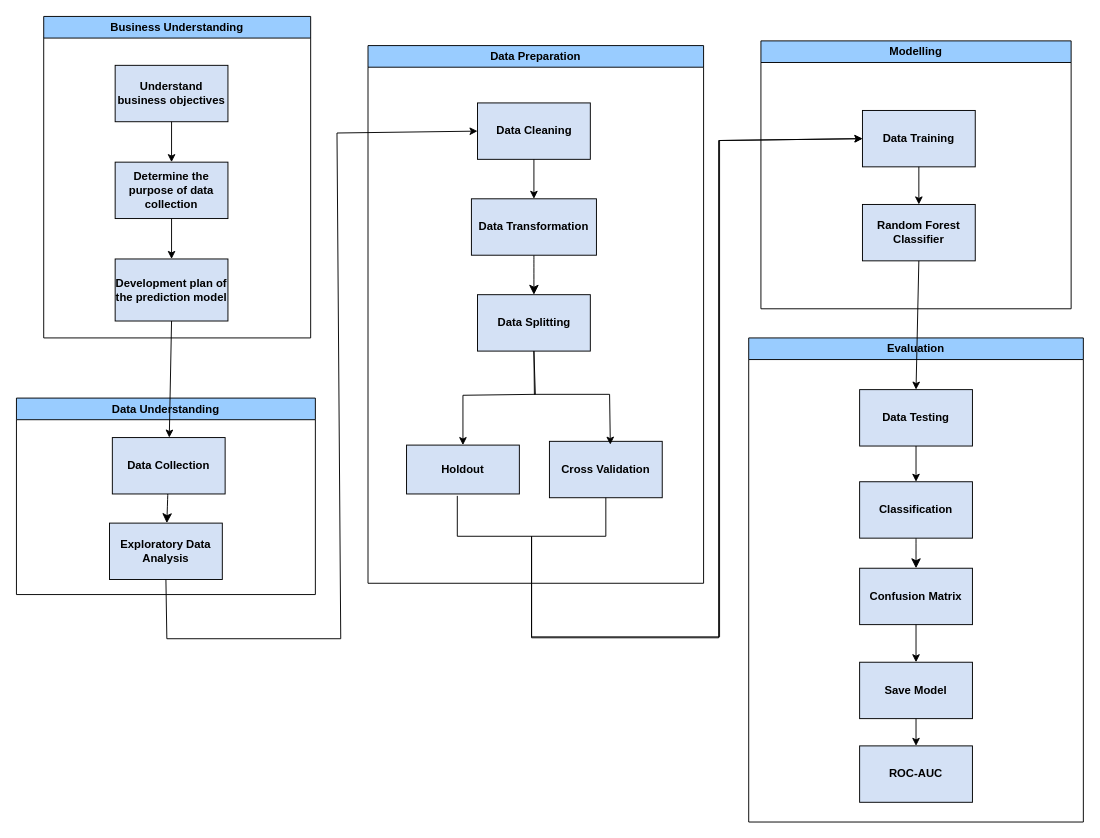
Before: Untitled Diagram.drawio in sleepygirlleen/Final-Project, a draw.io diagram. Source tidied: cells renumbered, new cells numbered last; positions are measured from the earlier drawing's top-left corner, leaving out a move shared by most shapes. Both pictures are drawn from the tidied source at 94%, with x=0, y=0 at pixel (16, 16).
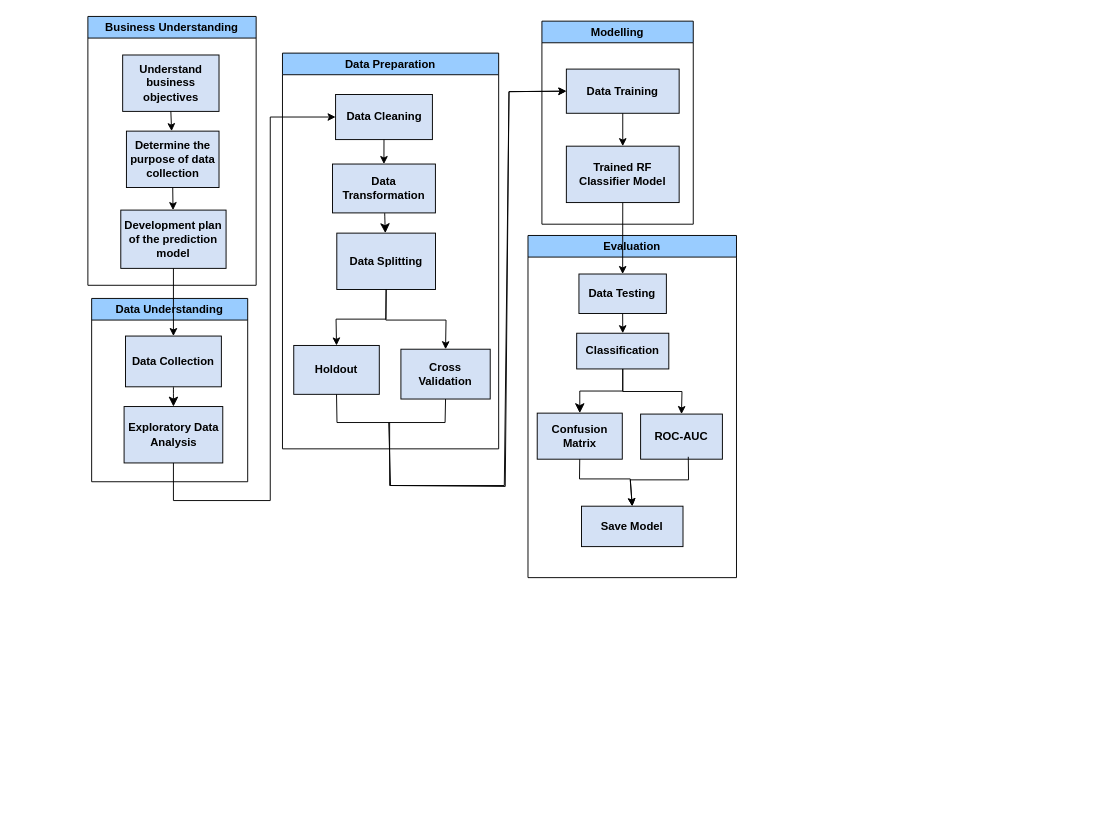
Above is the later version.

What changed in the source:
```diff
@@
     <mxCell id="2" value="Data Understanding" style="swimlane;whiteSpace=wrap;html=1;fillColor=#99CCFF;" parent="1" vertex="1">
-      <mxGeometry y="406" width="318" height="209" as="geometry" />
+      <mxGeometry x="80" y="300" width="166" height="195" as="geometry" />
     </mxCell>
     <mxCell id="3" value="&lt;b&gt;Data Collection&lt;/b&gt;" style="rounded=0;whiteSpace=wrap;html=1;fillColor=#D4E1F5;" parent="2" vertex="1">
-      <mxGeometry x="102" y="42" width="120" height="60" as="geometry" />
+      <mxGeometry x="36" y="40" width="102" height="54" as="geometry" />
     </mxCell>
     <mxCell id="4" value="&lt;b&gt;Exploratory Data Analysis&lt;/b&gt;" style="rounded=0;whiteSpace=wrap;html=1;fillColor=#D4E1F5;" parent="2" vertex="1">
-      <mxGeometry x="99" y="133" width="120" height="60" as="geometry" />
+      <mxGeometry x="34.5" y="115" width="105" height="60" as="geometry" />
     </mxCell>
@@
     <mxCell id="6" value="Data Preparation" style="swimlane;whiteSpace=wrap;html=1;fillColor=#99CCFF;" parent="1" vertex="1">
-      <mxGeometry x="374" y="31" width="357" height="572" as="geometry" />
+      <mxGeometry x="283" y="39" width="230" height="421" as="geometry" />
     </mxCell>
     <mxCell id="7" value="&lt;b&gt;Holdout&lt;/b&gt;" style="rounded=0;whiteSpace=wrap;html=1;fillColor=#D4E1F5;" parent="6" vertex="1">
-      <mxGeometry x="41" y="425" width="120" height="52" as="geometry" />
+      <mxGeometry x="12" y="311" width="91" height="52" as="geometry" />
     </mxCell>
     <mxCell id="8" value="&lt;b&gt;Data Cleaning&lt;/b&gt;" style="rounded=0;whiteSpace=wrap;html=1;fillColor=#D4E1F5;" parent="6" vertex="1">
-      <mxGeometry x="116.5" y="61" width="120" height="60" as="geometry" />
+      <mxGeometry x="56.5" y="44" width="103" height="48" as="geometry" />
     </mxCell>
@@
     <mxCell id="10" value="&lt;b&gt;Data Transformation&lt;/b&gt;" style="rounded=0;whiteSpace=wrap;html=1;fillColor=#D4E1F5;" parent="6" vertex="1">
-      <mxGeometry x="110" y="163" width="133" height="60" as="geometry" />
+      <mxGeometry x="53.2" y="118" width="109.5" height="52" as="geometry" />
     </mxCell>
     <mxCell id="11" value="&lt;b&gt;Data Splitting&lt;/b&gt;" style="rounded=0;whiteSpace=wrap;html=1;fillColor=#D4E1F5;" parent="6" vertex="1">
-      <mxGeometry x="116.5" y="265" width="120" height="60" as="geometry" />
+      <mxGeometry x="57.8" y="191.5" width="105" height="60" as="geometry" />
     </mxCell>
     <mxCell id="12" value="&lt;b&gt;Cross Validation&lt;/b&gt;" style="rounded=0;whiteSpace=wrap;html=1;fillColor=#D4E1F5;" parent="6" vertex="1">
-      <mxGeometry x="193" y="421" width="120" height="60" as="geometry" />
+      <mxGeometry x="126" y="315" width="95" height="53" as="geometry" />
     </mxCell>
@@
     <mxCell id="14" style="endArrow=classic;html=1;rounded=0;exitX=0.5;exitY=1;exitDx=0;exitDy=0;entryX=0.5;entryY=0;entryDx=0;entryDy=0;" parent="6" edge="1" source="11" target="7">
       <mxGeometry relative="1" as="geometry">
         <Array as="points">
-          <mxPoint x="178" y="371" />
-          <mxPoint x="101" y="372" />
+          <mxPoint x="110" y="283" />
+          <mxPoint x="57" y="283" />
         </Array>
       </mxGeometry>
     </mxCell>
-    <mxCell id="15" style="endArrow=classic;html=1;rounded=0;exitX=0.5;exitY=1;exitDx=0;exitDy=0;entryX=0.54;entryY=0.059;entryDx=0;entryDy=0;entryPerimeter=0;" parent="6" edge="1" source="11" target="12">
+    <mxCell id="15" style="endArrow=classic;html=1;rounded=0;exitX=0.5;exitY=1;exitDx=0;exitDy=0;entryX=0.5;entryY=0;entryDx=0;entryDy=0;" parent="6" edge="1" source="11" target="12">
       <mxGeometry relative="1" as="geometry">
         <Array as="points">
-          <mxPoint x="177" y="371" />
-          <mxPoint x="257" y="371" />
+          <mxPoint x="110" y="284" />
+          <mxPoint x="174" y="284" />
         </Array>
       </mxGeometry>
     </mxCell>
     <mxCell id="16" value="Evaluation" style="swimlane;whiteSpace=wrap;html=1;fillColor=#99CCFF;" parent="1" vertex="1">
-      <mxGeometry x="779" y="342" width="356" height="515" as="geometry" />
+      <mxGeometry x="544.2" y="233" width="221.8" height="364" as="geometry" />
     </mxCell>
-    <mxCell id="17" style="edgeStyle=none;curved=1;rounded=0;jettySize=auto;html=1;fontSize=12;startSize=8;endSize=8;fillColor=#D4E1F5;" parent="16" edge="1" source="18" target="19">
+    <mxCell id="17" style="edgeStyle=orthogonalEdgeStyle;rounded=0;jettySize=auto;html=1;fontSize=12;startSize=8;endSize=8;fillColor=#D4E1F5;" parent="16" edge="1" source="18" target="19">
       <mxGeometry relative="1" as="geometry" />
     </mxCell>
     <mxCell id="18" value="&lt;b&gt;Classification&lt;/b&gt;" style="rounded=0;whiteSpace=wrap;html=1;fillColor=#D4E1F5;" parent="16" vertex="1">
-      <mxGeometry x="118" y="153" width="120" height="60" as="geometry" />
+      <mxGeometry x="51.8" y="104" width="98" height="38" as="geometry" />
     </mxCell>
     <mxCell id="19" value="&lt;b&gt;Confusion Matrix&lt;/b&gt;" style="rounded=0;whiteSpace=wrap;html=1;fillColor=#D4E1F5;" parent="16" vertex="1">
-      <mxGeometry x="118" y="245" width="120" height="60" as="geometry" />
+      <mxGeometry x="9.8" y="189" width="90.5" height="49" as="geometry" />
     </mxCell>
-    <mxCell id="20" value="&lt;b&gt;Save Model&lt;/b&gt;" style="rounded=0;whiteSpace=wrap;html=1;fillColor=#D4E1F5;" parent="16" vertex="1">
-      <mxGeometry x="118" y="345" width="120" height="60" as="geometry" />
-    </mxCell>
     <mxCell id="21" value="&lt;b&gt;ROC-AUC&lt;/b&gt;" style="rounded=0;whiteSpace=wrap;html=1;fillColor=#D4E1F5;" parent="16" vertex="1">
-      <mxGeometry x="118" y="434" width="120" height="60" as="geometry" />
+      <mxGeometry x="119.8" y="190" width="87" height="48" as="geometry" />
     </mxCell>
-    <mxCell id="22" style="endArrow=classic;html=1;rounded=0;exitX=0.5;exitY=1;exitDx=0;exitDy=0;" parent="16" edge="1" source="19" target="20">
-      <mxGeometry relative="1" as="geometry" />
-    </mxCell>
-    <mxCell id="23" style="endArrow=classic;html=1;rounded=0;exitX=0.5;exitY=1;exitDx=0;exitDy=0;entryX=0.5;entryY=0;entryDx=0;entryDy=0;" parent="16" edge="1" source="20" target="21">
-      <mxGeometry relative="1" as="geometry" />
+    <mxCell id="23" style="endArrow=classic;html=1;rounded=0;exitX=0.5;exitY=1;exitDx=0;exitDy=0;entryX=0.5;entryY=0;entryDx=0;entryDy=0;" parent="16" edge="1" source="18" target="21">
+      <mxGeometry relative="1" as="geometry">
+        <Array as="points">
+          <mxPoint x="100.8" y="166" />
+          <mxPoint x="163.8" y="166" />
+        </Array>
+      </mxGeometry>
     </mxCell>
     <mxCell id="24" value="&lt;b&gt;Data Testing&lt;/b&gt;" style="rounded=0;whiteSpace=wrap;html=1;fillColor=#D4E1F5;" parent="16" vertex="1">
-      <mxGeometry x="118" y="55" width="120" height="60" as="geometry" />
+      <mxGeometry x="54.2" y="41" width="93" height="42" as="geometry" />
     </mxCell>
@@
+    <mxCell id="20" value="&lt;b&gt;Save Model&lt;/b&gt;" style="rounded=0;whiteSpace=wrap;html=1;fillColor=#D4E1F5;" parent="16" vertex="1">
+      <mxGeometry x="56.9" y="288" width="108" height="43" as="geometry" />
+    </mxCell>
+    <mxCell id="22" style="endArrow=classic;html=1;rounded=0;exitX=0.5;exitY=1;exitDx=0;exitDy=0;entryX=0.5;entryY=0;entryDx=0;entryDy=0;" parent="16" edge="1" source="19" target="20">
+      <mxGeometry relative="1" as="geometry">
+        <Array as="points">
+          <mxPoint x="54.8" y="259" />
+          <mxPoint x="108.8" y="259" />
+        </Array>
+      </mxGeometry>
+    </mxCell>
+    <mxCell id="41" style="endArrow=classic;html=1;rounded=0;entryX=0.5;entryY=0;entryDx=0;entryDy=0;exitX=0.583;exitY=0.947;exitDx=0;exitDy=0;exitPerimeter=0;" parent="16" edge="1" source="21" target="20">
+      <mxGeometry relative="1" as="geometry">
+        <Array as="points">
+          <mxPoint x="170.8" y="260" />
+          <mxPoint x="108.8" y="260" />
+        </Array>
+      </mxGeometry>
+    </mxCell>
     <mxCell id="26" value="Business Understanding" style="swimlane;whiteSpace=wrap;html=1;fillColor=#99CCFF;" parent="1" vertex="1">
-      <mxGeometry x="29" width="284" height="342" as="geometry" />
+      <mxGeometry x="76" width="179" height="286" as="geometry" />
     </mxCell>
     <mxCell id="27" value="&lt;b&gt;Understand business objectives&lt;/b&gt;" style="rounded=0;whiteSpace=wrap;html=1;fillColor=#D4E1F5;" parent="26" vertex="1">
-      <mxGeometry x="76" y="52" width="120" height="60" as="geometry" />
+      <mxGeometry x="37" y="41" width="102.5" height="60" as="geometry" />
     </mxCell>
     <mxCell id="28" value="&lt;b&gt;Determine the purpose of data collection&lt;/b&gt;" style="rounded=0;whiteSpace=wrap;html=1;fillColor=#D4E1F5;" parent="26" vertex="1">
-      <mxGeometry x="76" y="155" width="120" height="60" as="geometry" />
+      <mxGeometry x="41" y="122" width="98.5" height="60" as="geometry" />
     </mxCell>
     <mxCell id="29" value="&lt;b&gt;&lt;br&gt;&lt;/b&gt;&lt;p&gt;&lt;b&gt;Development plan of the prediction model&lt;/b&gt;&lt;/p&gt;&lt;b&gt;&lt;br&gt;&lt;/b&gt;" style="rounded=0;whiteSpace=wrap;html=1;fillColor=#D4E1F5;" parent="26" vertex="1">
-      <mxGeometry x="76" y="258" width="120" height="66" as="geometry" />
+      <mxGeometry x="35" y="206" width="112" height="62" as="geometry" />
     </mxCell>
@@
     <mxCell id="32" value="Modelling" style="swimlane;whiteSpace=wrap;html=1;fillColor=#99CCFF;" parent="1" vertex="1">
-      <mxGeometry x="792" y="26" width="330" height="285" as="geometry" />
+      <mxGeometry x="559" y="5" width="161" height="216" as="geometry" />
     </mxCell>
-    <mxCell id="33" value="&lt;b&gt;Random Forest Classifier&lt;/b&gt;" style="rounded=0;whiteSpace=wrap;html=1;fillColor=#D4E1F5;" parent="32" vertex="1">
-      <mxGeometry x="108" y="174" width="120" height="60" as="geometry" />
+    <mxCell id="33" value="&lt;b&gt;Trained RF Classifier Model&lt;/b&gt;" style="rounded=0;whiteSpace=wrap;html=1;fillColor=#D4E1F5;" parent="32" vertex="1">
+      <mxGeometry x="26" y="133" width="120" height="60" as="geometry" />
     </mxCell>
     <mxCell id="34" value="&lt;b&gt;Data Training&lt;/b&gt;" style="rounded=0;whiteSpace=wrap;html=1;fillColor=#D4E1F5;" parent="32" vertex="1">
-      <mxGeometry x="108" y="74" width="120" height="60" as="geometry" />
+      <mxGeometry x="26" y="51" width="120" height="47" as="geometry" />
     </mxCell>
@@
     <mxCell id="37" style="endArrow=classic;html=1;rounded=0;exitX=0.5;exitY=1;exitDx=0;exitDy=0;entryX=0;entryY=0.5;entryDx=0;entryDy=0;" parent="1" edge="1" source="4" target="8">
       <mxGeometry relative="1" as="geometry">
         <Array as="points">
-          <mxPoint x="160" y="662" />
-          <mxPoint x="345" y="662" />
-          <mxPoint x="341" y="124" />
+          <mxPoint x="167" y="515" />
+          <mxPoint x="270" y="515" />
+          <mxPoint x="270" y="107" />
         </Array>
       </mxGeometry>
     </mxCell>
+    <mxCell id="40" style="endArrow=classic;html=1;rounded=0;exitX=0.5;exitY=1;exitDx=0;exitDy=0;entryX=0.5;entryY=0;entryDx=0;entryDy=0;" parent="1" edge="1" source="33" target="24">
+      <mxGeometry relative="1" as="geometry" />
+    </mxCell>
+    <mxCell id="42" style="endArrow=classic;html=1;rounded=0;exitX=0.5;exitY=1;exitDx=0;exitDy=0;entryX=0;entryY=0.5;entryDx=0;entryDy=0;" parent="1" edge="1" source="7" target="34">
+      <mxGeometry relative="1" as="geometry">
+        <Array as="points">
+          <mxPoint x="341" y="432" />
+          <mxPoint x="397" y="432" />
+          <mxPoint x="397" y="499" />
+          <mxPoint x="519" y="499" />
+          <mxPoint x="524" y="80" />
+        </Array>
+      </mxGeometry>
+    </mxCell>
     <mxCell id="38" style="endArrow=classic;html=1;rounded=0;exitX=0.5;exitY=1;exitDx=0;exitDy=0;entryX=0;entryY=0.5;entryDx=0;entryDy=0;" parent="1" edge="1" source="12" target="34">
       <mxGeometry relative="1" as="geometry">
         <Array as="points">
-          <mxPoint x="627" y="553" />
-          <mxPoint x="548" y="553" />
-          <mxPoint x="548" y="661" />
-          <mxPoint x="747" y="661" />
-          <mxPoint x="747" y="132" />
+          <mxPoint x="456" y="432" />
+          <mxPoint x="396" y="432" />
+          <mxPoint x="398" y="499" />
+          <mxPoint x="520" y="500" />
+          <mxPoint x="524" y="80" />
         </Array>
       </mxGeometry>
     </mxCell>
-    <mxCell id="39" style="endArrow=classic;html=1;rounded=0;entryX=0;entryY=0.5;entryDx=0;entryDy=0;" parent="1" edge="1" target="34">
-      <mxGeometry relative="1" as="geometry">
-        <mxPoint x="469" y="510" as="sourcePoint" />
-        <Array as="points">
-          <mxPoint x="469" y="553" />
-          <mxPoint x="548" y="553" />
-          <mxPoint x="548" y="660" />
-          <mxPoint x="748" y="660" />
-          <mxPoint x="748" y="132" />
-        </Array>
-      </mxGeometry>
-    </mxCell>
-    <mxCell id="40" style="endArrow=classic;html=1;rounded=0;exitX=0.5;exitY=1;exitDx=0;exitDy=0;entryX=0.5;entryY=0;entryDx=0;entryDy=0;" parent="1" edge="1" source="33" target="24">
-      <mxGeometry relative="1" as="geometry" />
-    </mxCell>
```
